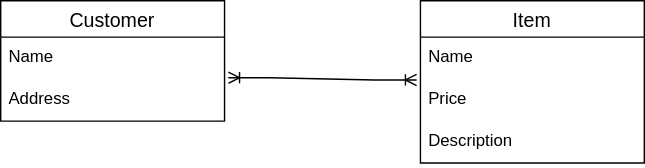
Above: images/Wed_Crow_Simple.svg in brendanpshea/database_sql (draw.io), before the change. Source tidied: cells renumbered, new cells last; positions are measured from the earlier drawing's top-left corner, leaving out a move shared by most shapes. Source of this version:
```xml
<mxGraphModel>
  <root>
    <mxCell id="0" />
    <mxCell id="1" parent="0" />
    <mxCell id="2" value="Customer" style="swimlane;fontStyle=0;horizontal=1;startSize=26;align=center;fontSize=14;" parent="1" vertex="1">
      <mxGeometry width="160" height="86" as="geometry" />
    </mxCell>
    <mxCell id="3" value="Name" style="text;strokeColor=none;fillColor=none;spacingLeft=4;spacingRight=4;overflow=hidden;fontSize=12;whiteSpace=wrap;html=1;" parent="2" vertex="1">
      <mxGeometry y="26" width="160" height="30" as="geometry" />
    </mxCell>
    <mxCell id="4" value="Address" style="text;strokeColor=none;fillColor=none;spacingLeft=4;spacingRight=4;overflow=hidden;points=[[0,0.5],[1,0.5]];portConstraint=eastwest;fontSize=12;whiteSpace=wrap;html=1;" parent="2" vertex="1">
      <mxGeometry y="56" width="160" height="30" as="geometry" />
    </mxCell>
    <mxCell id="5" value="Item" style="swimlane;fontStyle=0;horizontal=1;startSize=26;align=center;fontSize=14;" parent="1" vertex="1">
      <mxGeometry x="300" width="160" height="116" as="geometry" />
    </mxCell>
    <mxCell id="6" value="Name" style="text;strokeColor=none;fillColor=none;spacingLeft=4;spacingRight=4;overflow=hidden;fontSize=12;whiteSpace=wrap;html=1;" parent="5" vertex="1">
      <mxGeometry y="26" width="160" height="30" as="geometry" />
    </mxCell>
    <mxCell id="7" value="Price" style="text;strokeColor=none;fillColor=none;spacingLeft=4;spacingRight=4;overflow=hidden;points=[[0,0.5],[1,0.5]];portConstraint=eastwest;fontSize=12;whiteSpace=wrap;html=1;" parent="5" vertex="1">
      <mxGeometry y="56" width="160" height="30" as="geometry" />
    </mxCell>
    <mxCell id="8" value="Description" style="text;strokeColor=none;fillColor=none;spacingLeft=4;spacingRight=4;overflow=hidden;fontSize=12;whiteSpace=wrap;html=1;" parent="5" vertex="1">
      <mxGeometry y="86" width="160" height="30" as="geometry" />
    </mxCell>
    <mxCell id="9" style="edgeStyle=entityRelationEdgeStyle;fontSize=12;html=1;endArrow=ERoneToMany;startArrow=ERoneToMany;rounded=0;entryX=-0.017;entryY=0.02;entryDx=0;entryDy=0;entryPerimeter=0;exitX=1.017;exitY=-0.033;exitDx=0;exitDy=0;exitPerimeter=0;" parent="1" edge="1" source="4" target="7">
      <mxGeometry relative="1" as="geometry" />
    </mxCell>
  </root>
</mxGraphModel>
```
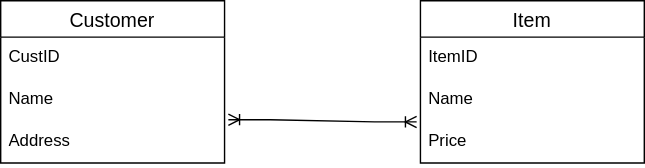
After the commit.

Diff of the diagram source:
```diff
@@ -3,26 +3,29 @@
     <mxCell id="0" />
     <mxCell id="1" parent="0" />
     <mxCell id="2" value="Customer" style="swimlane;fontStyle=0;horizontal=1;startSize=26;align=center;fontSize=14;" parent="1" vertex="1">
-      <mxGeometry width="160" height="86" as="geometry" />
+      <mxGeometry width="160" height="116" as="geometry" />
     </mxCell>
+    <mxCell id="10" value="CustID" style="text;strokeColor=none;fillColor=none;spacingLeft=4;spacingRight=4;overflow=hidden;fontSize=12;whiteSpace=wrap;html=1;" parent="2" vertex="1">
+      <mxGeometry y="26" width="160" height="30" as="geometry" />
+    </mxCell>
     <mxCell id="3" value="Name" style="text;strokeColor=none;fillColor=none;spacingLeft=4;spacingRight=4;overflow=hidden;fontSize=12;whiteSpace=wrap;html=1;" parent="2" vertex="1">
-      <mxGeometry y="26" width="160" height="30" as="geometry" />
+      <mxGeometry y="56" width="160" height="30" as="geometry" />
     </mxCell>
     <mxCell id="4" value="Address" style="text;strokeColor=none;fillColor=none;spacingLeft=4;spacingRight=4;overflow=hidden;points=[[0,0.5],[1,0.5]];portConstraint=eastwest;fontSize=12;whiteSpace=wrap;html=1;" parent="2" vertex="1">
-      <mxGeometry y="56" width="160" height="30" as="geometry" />
+      <mxGeometry y="86" width="160" height="30" as="geometry" />
     </mxCell>
     <mxCell id="5" value="Item" style="swimlane;fontStyle=0;horizontal=1;startSize=26;align=center;fontSize=14;" parent="1" vertex="1">
       <mxGeometry x="300" width="160" height="116" as="geometry" />
     </mxCell>
+    <mxCell id="11" value="ItemID" style="text;strokeColor=none;fillColor=none;spacingLeft=4;spacingRight=4;overflow=hidden;fontSize=12;whiteSpace=wrap;html=1;" parent="5" vertex="1">
+      <mxGeometry y="26" width="160" height="30" as="geometry" />
+    </mxCell>
     <mxCell id="6" value="Name" style="text;strokeColor=none;fillColor=none;spacingLeft=4;spacingRight=4;overflow=hidden;fontSize=12;whiteSpace=wrap;html=1;" parent="5" vertex="1">
-      <mxGeometry y="26" width="160" height="30" as="geometry" />
+      <mxGeometry y="56" width="160" height="30" as="geometry" />
     </mxCell>
     <mxCell id="7" value="Price" style="text;strokeColor=none;fillColor=none;spacingLeft=4;spacingRight=4;overflow=hidden;points=[[0,0.5],[1,0.5]];portConstraint=eastwest;fontSize=12;whiteSpace=wrap;html=1;" parent="5" vertex="1">
-      <mxGeometry y="56" width="160" height="30" as="geometry" />
+      <mxGeometry y="86" width="160" height="30" as="geometry" />
     </mxCell>
-    <mxCell id="8" value="Description" style="text;strokeColor=none;fillColor=none;spacingLeft=4;spacingRight=4;overflow=hidden;fontSize=12;whiteSpace=wrap;html=1;" parent="5" vertex="1">
-      <mxGeometry y="86" width="160" height="30" as="geometry" />
-    </mxCell>
     <mxCell id="9" style="edgeStyle=entityRelationEdgeStyle;fontSize=12;html=1;endArrow=ERoneToMany;startArrow=ERoneToMany;rounded=0;entryX=-0.017;entryY=0.02;entryDx=0;entryDy=0;entryPerimeter=0;exitX=1.017;exitY=-0.033;exitDx=0;exitDy=0;exitPerimeter=0;" parent="1" edge="1" source="4" target="7">
       <mxGeometry relative="1" as="geometry" />
     </mxCell>
```
